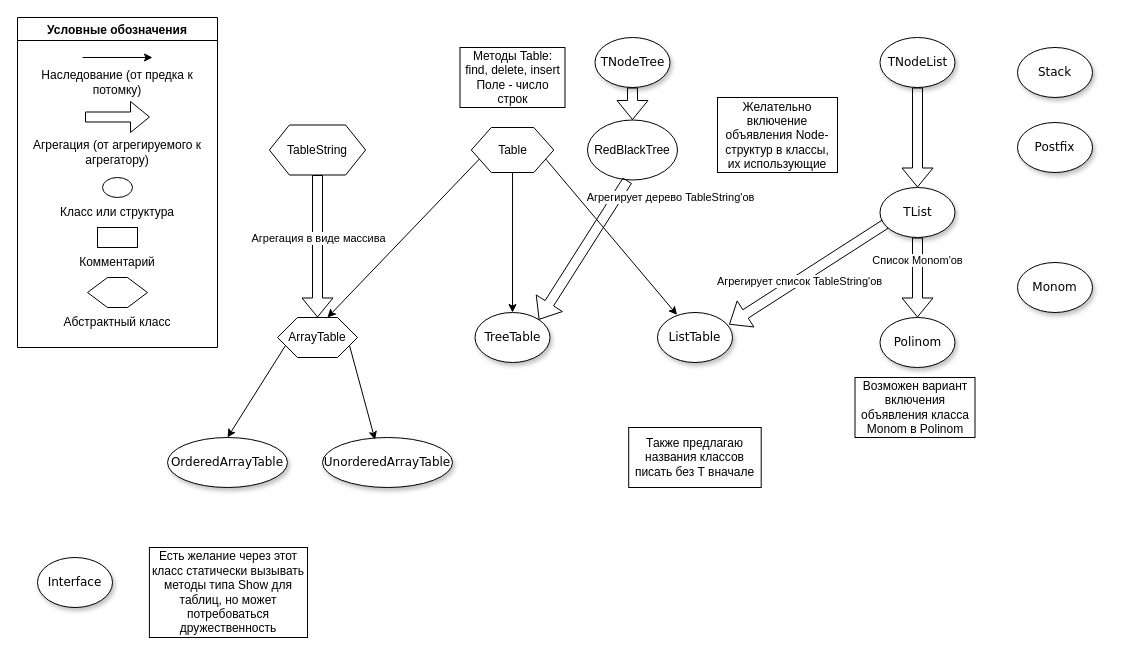
This is Class_Diagram.drawio from ParkerProbe/mp2-lab6-polynom-algebra, a draw.io file, before an edit. Source tidied: cells renumbered, new cells numbered last; positions are measured from the earlier drawing's top-left corner, leaving out a move shared by most shapes. Both pictures are drawn from the tidied source at 100%, with x=0, y=0 at pixel (17, 17).
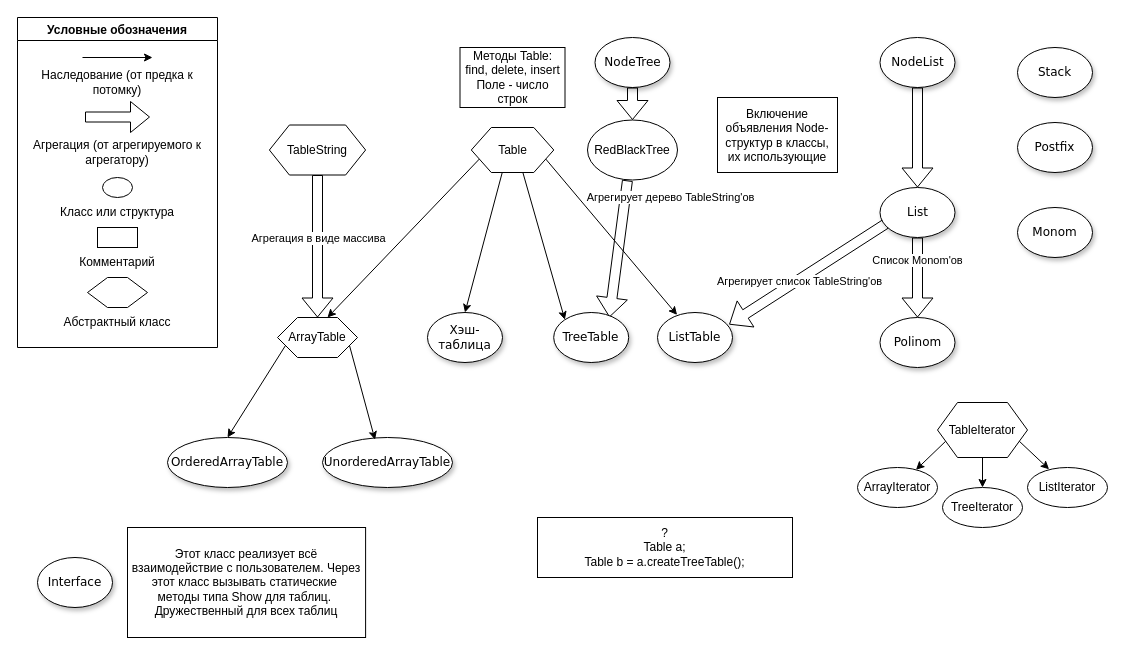
The same page after the edit.

The change refers to these unchanged cells:
```xml
<mxCell id="15" value="Table" style="shape=hexagon;perimeter=hexagonPerimeter2;whiteSpace=wrap;html=1;fixedSize=1;" parent="1" vertex="1">
  <mxGeometry x="453.8" y="110" width="82.5" height="45" as="geometry" />
</mxCell>
<mxCell id="34" value="RedBlackTree" style="ellipse;whiteSpace=wrap;html=1;rounded=0;" parent="1" vertex="1">
  <mxGeometry x="570" y="102.5" width="90" height="60" as="geometry" />
</mxCell>
```

The edit, as a diff of the source:
```diff
@@
-    <mxCell id="29" value="TNodeList" style="ellipse;whiteSpace=wrap;html=1;rounded=0;shadow=1;comic=0;labelBackgroundColor=none;strokeWidth=1;fontFamily=Verdana;fontSize=12;align=center;" parent="1" vertex="1">
+    <mxCell id="29" value="NodeList" style="ellipse;whiteSpace=wrap;html=1;rounded=0;shadow=1;comic=0;labelBackgroundColor=none;strokeWidth=1;fontFamily=Verdana;fontSize=12;align=center;" parent="1" vertex="1">
       <mxGeometry x="862.5" y="20" width="75" height="50" as="geometry" />
     </mxCell>
@@
     <mxCell id="31" value="Monom" style="ellipse;whiteSpace=wrap;html=1;rounded=0;shadow=1;comic=0;labelBackgroundColor=none;strokeWidth=1;fontFamily=Verdana;fontSize=12;align=center;" parent="1" vertex="1">
-      <mxGeometry x="1000" y="245" width="75" height="50" as="geometry" />
+      <mxGeometry x="1000" y="190" width="75" height="50" as="geometry" />
     </mxCell>
-    <mxCell id="32" style="endArrow=classic;html=1;rounded=0;exitX=0.5;exitY=1;exitDx=0;exitDy=0;entryX=0.5;entryY=0;entryDx=0;entryDy=0;" parent="1" edge="1" source="15" target="43">
+    <mxCell id="32" style="endArrow=classic;html=1;rounded=0;exitX=0.625;exitY=1;exitDx=0;exitDy=0;entryX=0;entryY=0;entryDx=0;entryDy=0;" parent="1" edge="1" source="15" target="43">
       <mxGeometry relative="1" as="geometry" />
     </mxCell>
@@
-    <mxCell id="35" value="TNodeTree" style="ellipse;whiteSpace=wrap;html=1;rounded=0;shadow=1;comic=0;labelBackgroundColor=none;strokeWidth=1;fontFamily=Verdana;fontSize=12;align=center;" parent="1" vertex="1">
+    <mxCell id="35" value="NodeTree" style="ellipse;whiteSpace=wrap;html=1;rounded=0;shadow=1;comic=0;labelBackgroundColor=none;strokeWidth=1;fontFamily=Verdana;fontSize=12;align=center;" parent="1" vertex="1">
       <mxGeometry x="577.5" y="20" width="75" height="50" as="geometry" />
     </mxCell>
@@
-    <mxCell id="37" style="shape=flexArrow;endArrow=classic;html=1;rounded=0;exitX=0.444;exitY=1.006;exitDx=0;exitDy=0;exitPerimeter=0;entryX=1;entryY=0;entryDx=0;entryDy=0;" parent="1" edge="1" source="34" target="43">
+    <mxCell id="37" style="shape=flexArrow;endArrow=classic;html=1;rounded=0;exitX=0.444;exitY=1.006;exitDx=0;exitDy=0;exitPerimeter=0;entryX=0.743;entryY=0.096;entryDx=0;entryDy=0;entryPerimeter=0;" parent="1" edge="1" source="34" target="43">
       <mxGeometry relative="1" as="geometry" />
     </mxCell>
     <mxCell id="38" value="Агрегирует дерево TableString'ов" style="edgeLabel;html=1;align=center;verticalAlign=middle;" parent="37" vertex="1">
       <mxGeometry x="-0.25" y="3" relative="1" as="geometry">
-        <mxPoint x="73" y="-37" as="offset" />
+        <mxPoint x="46" y="-35" as="offset" />
       </mxGeometry>
     </mxCell>
@@
-    <mxCell id="42" value="Возможен вариант включения объявления класса Monom в Polinom" style="rounded=0;whiteSpace=wrap;html=1;" parent="1" vertex="1">
-      <mxGeometry x="837.5" y="360" width="120" height="60" as="geometry" />
-    </mxCell>
     <mxCell id="43" value="TreeTable" style="ellipse;whiteSpace=wrap;html=1;rounded=0;shadow=1;comic=0;labelBackgroundColor=none;strokeWidth=1;fontFamily=Verdana;fontSize=12;align=center;" parent="1" vertex="1">
-      <mxGeometry x="457.5" y="295" width="75" height="50" as="geometry" />
+      <mxGeometry x="536.2" y="295" width="75" height="50" as="geometry" />
     </mxCell>
@@
-    <mxCell id="45" value="TList" style="ellipse;whiteSpace=wrap;html=1;rounded=0;shadow=1;comic=0;labelBackgroundColor=none;strokeWidth=1;fontFamily=Verdana;fontSize=12;align=center;" parent="1" vertex="1">
+    <mxCell id="45" value="List" style="ellipse;whiteSpace=wrap;html=1;rounded=0;shadow=1;comic=0;labelBackgroundColor=none;strokeWidth=1;fontFamily=Verdana;fontSize=12;align=center;" parent="1" vertex="1">
       <mxGeometry x="862.5" y="170" width="75" height="50" as="geometry" />
     </mxCell>
-    <mxCell id="46" value="Также предлагаю названия классов писать без T вначале" style="rounded=0;whiteSpace=wrap;html=1;" parent="1" vertex="1">
-      <mxGeometry x="611.2" y="410" width="132.5" height="60" as="geometry" />
-    </mxCell>
-    <mxCell id="47" value="Желательно включение объявления Node-структур в классы, их использующие" style="rounded=0;whiteSpace=wrap;html=1;" parent="1" vertex="1">
+    <mxCell id="47" value="Включение объявления Node-структур в классы, их использующие" style="rounded=0;whiteSpace=wrap;html=1;" parent="1" vertex="1">
       <mxGeometry x="700" y="80" width="120" height="75" as="geometry" />
     </mxCell>
-    <mxCell id="48" value="Есть желание через этот класс статически вызывать методы типа Show для таблиц, но может потребоваться дружественность" style="rounded=0;whiteSpace=wrap;html=1;" parent="1" vertex="1">
-      <mxGeometry x="131.9" y="530" width="158.1" height="90" as="geometry" />
+    <mxCell id="48" value="Этот класс реализует всё взаимодействие с пользователем. Через этот класс вызывать статические&amp;nbsp;&lt;br&gt;методы типа Show для таблиц.&amp;nbsp;&lt;br&gt;Дружественный для всех таблиц" style="rounded=0;whiteSpace=wrap;html=1;" parent="1" vertex="1">
+      <mxGeometry x="110" y="510" width="238.1" height="110" as="geometry" />
     </mxCell>
+    <mxCell id="49" value="?&lt;br&gt;Table a;&lt;br&gt;Table b = a.createTreeTable();" style="rounded=0;whiteSpace=wrap;html=1;" parent="1" vertex="1">
+      <mxGeometry x="520" y="500" width="255" height="60" as="geometry" />
+    </mxCell>
+    <mxCell id="50" value="Хэш-таблица" style="ellipse;whiteSpace=wrap;html=1;rounded=0;shadow=1;comic=0;labelBackgroundColor=none;strokeWidth=1;fontFamily=Verdana;fontSize=12;align=center;" parent="1" vertex="1">
+      <mxGeometry x="410" y="295" width="75" height="50" as="geometry" />
+    </mxCell>
+    <mxCell id="51" style="endArrow=classic;html=1;rounded=0;exitX=0.375;exitY=1;exitDx=0;exitDy=0;entryX=0.5;entryY=0;entryDx=0;entryDy=0;" parent="1" edge="1" source="15" target="50">
+      <mxGeometry relative="1" as="geometry" />
+    </mxCell>
+    <mxCell id="52" value="TableIterator" style="shape=hexagon;perimeter=hexagonPerimeter2;whiteSpace=wrap;html=1;fixedSize=1;" parent="1" vertex="1">
+      <mxGeometry x="920" y="385" width="90" height="55" as="geometry" />
+    </mxCell>
+    <mxCell id="53" style="endArrow=classic;html=1;rounded=0;exitX=0;exitY=0.75;exitDx=0;exitDy=0;" parent="1" edge="1" source="52" target="54">
+      <mxGeometry relative="1" as="geometry" />
+    </mxCell>
+    <mxCell id="54" value="ArrayIterator" style="ellipse;whiteSpace=wrap;html=1;" parent="1" vertex="1">
+      <mxGeometry x="840" y="450" width="80" height="40" as="geometry" />
+    </mxCell>
+    <mxCell id="55" value="TreeIterator" style="ellipse;whiteSpace=wrap;html=1;" parent="1" vertex="1">
+      <mxGeometry x="925" y="470" width="80" height="40" as="geometry" />
+    </mxCell>
+    <mxCell id="56" value="ListIterator" style="ellipse;whiteSpace=wrap;html=1;" parent="1" vertex="1">
+      <mxGeometry x="1010" y="450" width="80" height="40" as="geometry" />
+    </mxCell>
+    <mxCell id="57" style="endArrow=classic;html=1;rounded=0;exitX=1;exitY=0.75;exitDx=0;exitDy=0;entryX=0.27;entryY=0.045;entryDx=0;entryDy=0;entryPerimeter=0;" parent="1" edge="1" source="52" target="56">
+      <mxGeometry relative="1" as="geometry" />
+    </mxCell>
+    <mxCell id="58" style="endArrow=classic;html=1;rounded=0;exitX=0.5;exitY=1;exitDx=0;exitDy=0;entryX=0.5;entryY=0;entryDx=0;entryDy=0;" parent="1" edge="1" source="52" target="55">
+      <mxGeometry relative="1" as="geometry" />
+    </mxCell>
```
